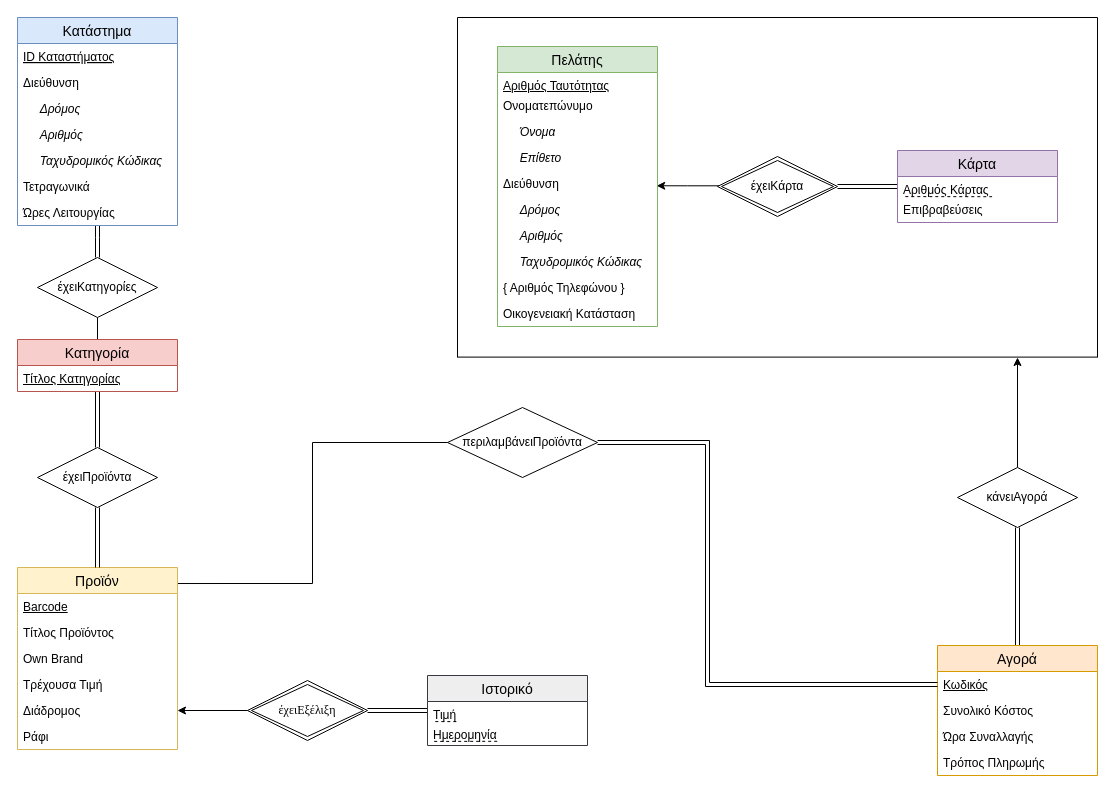
This is Market_ERDiagram.drawio from konskov/DataBases, a draw.io file, before an edit. Source tidied: cells renumbered, new cells numbered last; positions are measured from the earlier drawing's top-left corner, leaving out a move shared by most shapes. Both pictures are drawn from the tidied source at 100%, with x=0, y=0 at pixel (17, 17).
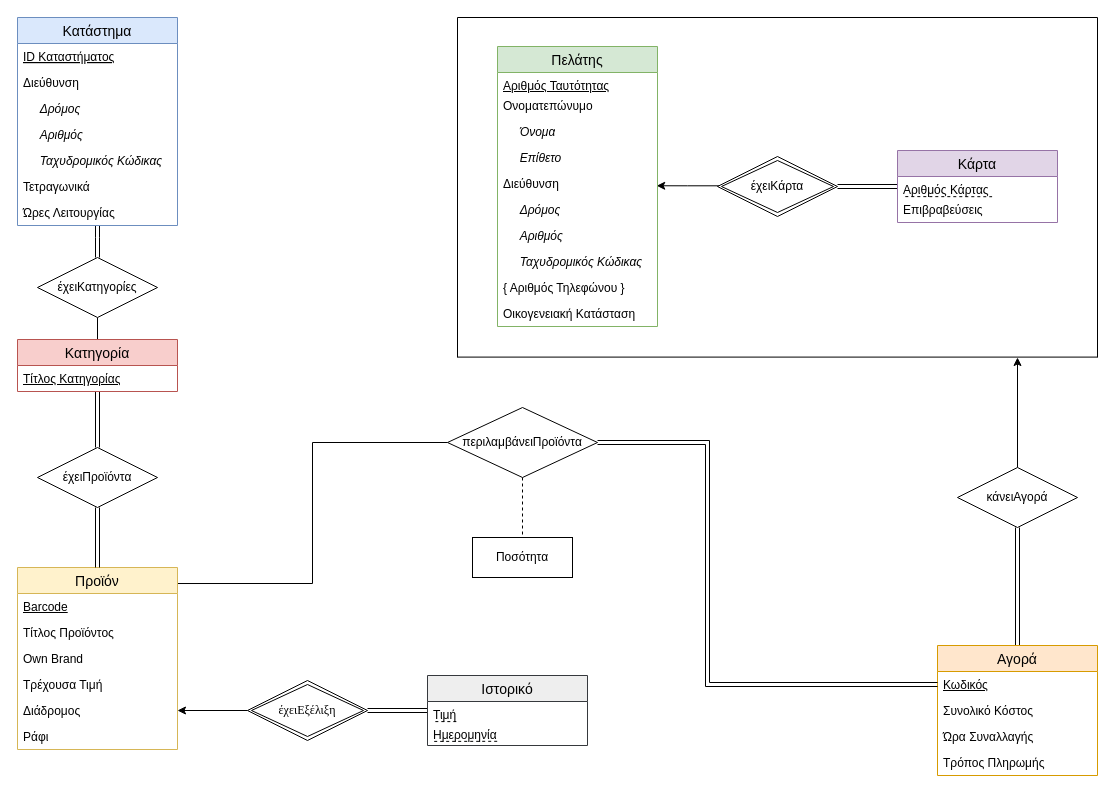
The same diagram, later.

Unchanged cells that the change refers to:
```xml
<mxCell id="52" value="περιλαμβάνειΠροϊόντα" style="shape=rhombus;perimeter=rhombusPerimeter;whiteSpace=wrap;html=1;align=center;" parent="1" vertex="1">
  <mxGeometry x="430" y="390" width="150" height="70" as="geometry" />
</mxCell>
```

Diff of the diagram source:
```diff
@@
+    <mxCell id="66" style="edgeStyle=orthogonalEdgeStyle;rounded=0;jettySize=auto;html=1;dashed=1;endArrow=none;endFill=0;entryX=0.5;entryY=0;entryDx=0;entryDy=0;" parent="1" edge="1" source="52" target="67">
+      <mxGeometry relative="1" as="geometry" />
+    </mxCell>
@@
+    <mxCell id="67" value="Ποσότητα" style="whiteSpace=wrap;html=1;align=center;" parent="1" vertex="1">
+      <mxGeometry x="455" y="520" width="100" height="40" as="geometry" />
+    </mxCell>
```
